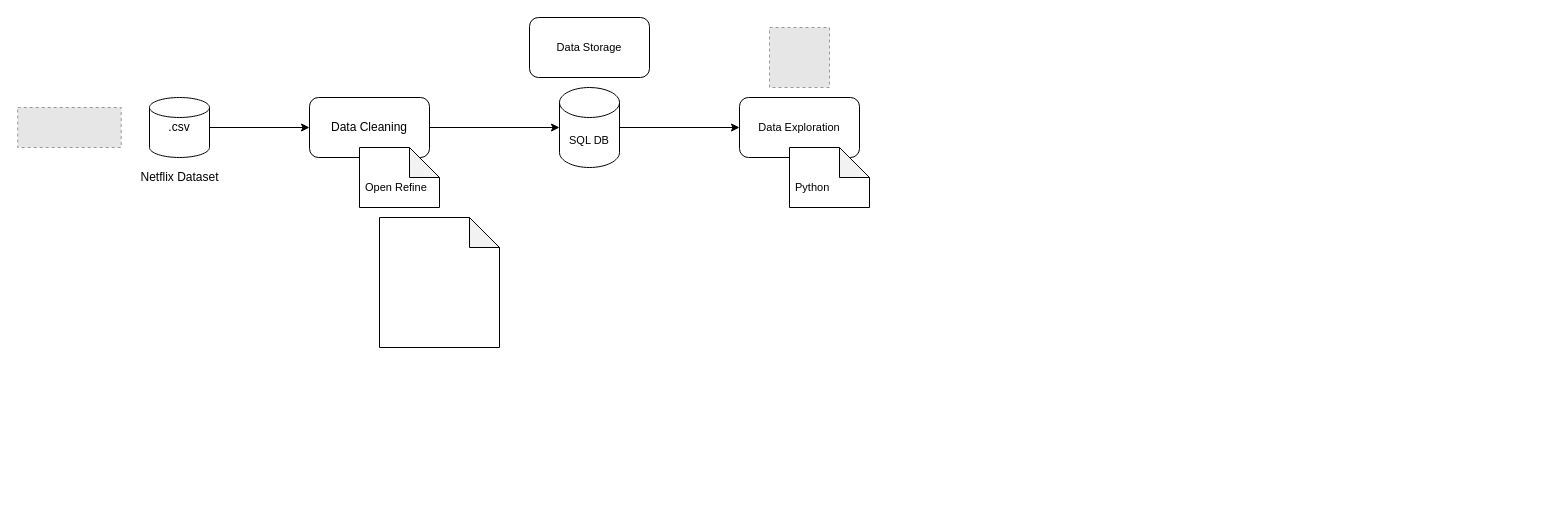
paulinho-16/MEIC-PRI keeps this draw.io diagram as docs/Pipeline.drawio. Above is the earlier version. Source tidied: cells renumbered, new cells numbered last; positions are measured from the earlier drawing's top-left corner, leaving out a move shared by most shapes. Both pictures are drawn from the tidied source at 100%, with x=0, y=0 at pixel (17, 17). Pictures stored in the file or linked from it are replaced by grey dashed boxes.
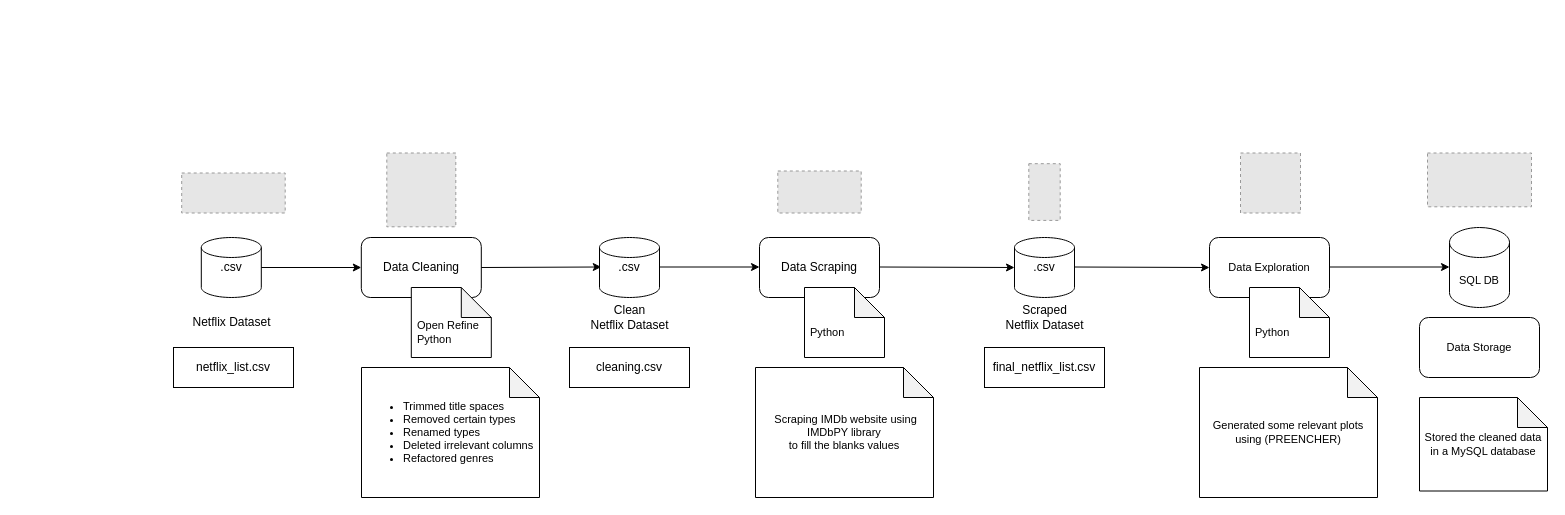
The same diagram, later.

Diff of the diagram source:
```diff
@@
-    <mxCell id="2" value=".csv" style="strokeWidth=1;html=1;shape=mxgraph.flowchart.database;whiteSpace=wrap;fontColor=default;fillColor=default;strokeColor=default;" parent="1" vertex="1">
-      <mxGeometry x="132" y="80" width="60" height="60" as="geometry" />
+    <mxCell id="2" value=".csv" style="strokeWidth=1;html=1;shape=mxgraph.flowchart.database;whiteSpace=wrap;fontColor=default;fillColor=default;strokeColor=default;align=center;" parent="1" vertex="1">
+      <mxGeometry x="183.8" y="220" width="60" height="60" as="geometry" />
     </mxCell>
     <mxCell id="3" style="fillColor=#E6E6E6;strokeColor=#999999;dashed=1;verticalLabelPosition=bottom;verticalAlign=top;fontColor=default;" parent="1" vertex="1">
-      <mxGeometry x="0.2" y="90" width="103.5" height="40" as="geometry" />
+      <mxGeometry x="164.2" y="155.5" width="103.5" height="40" as="geometry" />
     </mxCell>
     <mxCell id="4" value="Netflix Dataset" style="text;html=1;align=center;verticalAlign=middle;fillColor=none;strokeColor=none;rounded=0;fontColor=default;" parent="1" vertex="1">
-      <mxGeometry x="117" y="150" width="90" height="20" as="geometry" />
+      <mxGeometry x="168.8" y="295" width="90" height="20" as="geometry" />
     </mxCell>
     <mxCell id="5" style="endArrow=classic;html=1;rounded=0;labelBackgroundColor=default;fontColor=default;strokeColor=default;exitX=1;exitY=0.5;exitDx=0;exitDy=0;exitPerimeter=0;" parent="1" edge="1" source="2">
       <mxGeometry relative="1" as="geometry">
-        <mxPoint x="292" y="110" as="targetPoint" />
+        <mxPoint x="343.8" y="250" as="targetPoint" />
       </mxGeometry>
     </mxCell>
     <mxCell id="6" value="Data Cleaning" style="rounded=1;whiteSpace=wrap;html=1;fontColor=default;strokeColor=default;strokeWidth=1;fillColor=default;" parent="1" vertex="1">
-      <mxGeometry x="292" y="80" width="120" height="60" as="geometry" />
+      <mxGeometry x="343.8" y="220" width="120" height="60" as="geometry" />
     </mxCell>
-    <mxCell id="7" value="Open Refine" style="shape=note;whiteSpace=wrap;html=1;backgroundOutline=1;darkOpacity=0.05;fontColor=default;strokeColor=default;strokeWidth=1;fillColor=default;align=left;fontSize=11;verticalAlign=middle;spacingLeft=4;spacingTop=20;" parent="1" vertex="1">
-      <mxGeometry x="342" y="130" width="80" height="60" as="geometry" />
+    <mxCell id="7" value="Open Refine&lt;br&gt;Python" style="shape=note;whiteSpace=wrap;html=1;backgroundOutline=1;darkOpacity=0.05;fontColor=default;strokeColor=default;strokeWidth=1;fillColor=default;align=left;fontSize=11;verticalAlign=middle;spacingLeft=4;spacingTop=20;" parent="1" vertex="1">
+      <mxGeometry x="393.8" y="270" width="80" height="70" as="geometry" />
     </mxCell>
-    <mxCell id="8" style="endArrow=classic;html=1;rounded=0;labelBackgroundColor=default;fontSize=11;fontColor=default;strokeColor=default;exitX=1;exitY=0.5;exitDx=0;exitDy=0;" parent="1" edge="1" source="6">
-      <mxGeometry relative="1" as="geometry">
-        <mxPoint x="542" y="110" as="targetPoint" />
-      </mxGeometry>
-    </mxCell>
     <mxCell id="9" value="Data Storage" style="rounded=1;whiteSpace=wrap;html=1;fontSize=11;fontColor=default;strokeColor=default;strokeWidth=1;fillColor=default;align=center;verticalAlign=middle;" parent="1" vertex="1">
-      <mxGeometry x="512" width="120" height="60" as="geometry" />
+      <mxGeometry x="1402" y="300" width="120" height="60" as="geometry" />
     </mxCell>
     <mxCell id="10" value="SQL DB" style="shape=cylinder3;whiteSpace=wrap;html=1;boundedLbl=1;backgroundOutline=1;size=15;fontSize=11;fontColor=default;strokeColor=default;strokeWidth=1;fillColor=default;align=center;verticalAlign=middle;" parent="1" vertex="1">
-      <mxGeometry x="542" y="70" width="60" height="80" as="geometry" />
+      <mxGeometry x="1432" y="210" width="60" height="80" as="geometry" />
     </mxCell>
-    <mxCell id="11" style="endArrow=classic;html=1;rounded=0;labelBackgroundColor=default;fontSize=11;fontColor=default;strokeColor=default;exitX=1;exitY=0.5;exitDx=0;exitDy=0;exitPerimeter=0;" parent="1" edge="1" source="10">
+    <mxCell id="11" style="endArrow=classic;html=1;rounded=0;labelBackgroundColor=default;fontSize=11;fontColor=default;strokeColor=default;exitX=1;exitY=0.5;exitDx=0;exitDy=0;exitPerimeter=0;" parent="1" edge="1">
       <mxGeometry relative="1" as="geometry">
-        <mxPoint x="722" y="110" as="targetPoint" />
+        <mxPoint x="1312" y="249.5" as="sourcePoint" />
+        <mxPoint x="1432" y="249.5" as="targetPoint" />
       </mxGeometry>
     </mxCell>
+    <mxCell id="15" value="&lt;ul&gt;&lt;li&gt;Trimmed title spaces&lt;/li&gt;&lt;li&gt;Removed certain types&lt;br&gt;&lt;/li&gt;&lt;li&gt;Renamed types&lt;br&gt;&lt;/li&gt;&lt;li&gt;Deleted irrelevant columns&lt;/li&gt;&lt;li&gt;Refactored genres&lt;/li&gt;&lt;/ul&gt;" style="shape=note;whiteSpace=wrap;html=1;backgroundOutline=1;darkOpacity=0.05;fontSize=11;fontColor=default;strokeColor=default;strokeWidth=1;fillColor=default;align=left;verticalAlign=middle;" parent="1" vertex="1">
+      <mxGeometry x="344" y="350" width="178" height="130" as="geometry" />
+    </mxCell>
+    <mxCell id="16" value="Data Scraping" style="rounded=1;whiteSpace=wrap;html=1;fontColor=default;strokeColor=default;strokeWidth=1;fillColor=default;" parent="1" vertex="1">
+      <mxGeometry x="742" y="220" width="120" height="60" as="geometry" />
+    </mxCell>
+    <mxCell id="17" value="&lt;span&gt;&amp;nbsp;Scraping IMDb website using IMDbPY library&lt;br&gt;to fill the blanks values&lt;br&gt;&lt;/span&gt;" style="shape=note;whiteSpace=wrap;html=1;backgroundOutline=1;darkOpacity=0.05;fontSize=11;fontColor=default;strokeColor=default;strokeWidth=1;fillColor=default;align=center;verticalAlign=middle;" parent="1" vertex="1">
+      <mxGeometry x="738" y="350" width="178" height="130" as="geometry" />
+    </mxCell>
+    <mxCell id="18" value="Python&lt;br&gt;" style="shape=note;whiteSpace=wrap;html=1;backgroundOutline=1;darkOpacity=0.05;fontColor=default;strokeColor=default;strokeWidth=1;fillColor=default;align=left;fontSize=11;verticalAlign=middle;spacingLeft=4;spacingTop=20;" parent="1" vertex="1">
+      <mxGeometry x="787" y="270" width="80" height="70" as="geometry" />
+    </mxCell>
+    <mxCell id="19" style="endArrow=classic;html=1;rounded=0;labelBackgroundColor=default;fontSize=11;fontColor=default;strokeColor=default;exitX=1;exitY=0.5;exitDx=0;exitDy=0;entryX=0;entryY=0.5;entryDx=0;entryDy=0;entryPerimeter=0;" parent="1" edge="1" target="20">
+      <mxGeometry relative="1" as="geometry">
+        <mxPoint x="862" y="249.5" as="sourcePoint" />
+      </mxGeometry>
+    </mxCell>
+    <mxCell id="20" value=".csv" style="strokeWidth=1;html=1;shape=mxgraph.flowchart.database;whiteSpace=wrap;fontColor=default;fillColor=default;strokeColor=default;align=center;" parent="1" vertex="1">
+      <mxGeometry x="997" y="220" width="60" height="60" as="geometry" />
+    </mxCell>
+    <mxCell id="21" value="Scraped&lt;br&gt;Netflix Dataset" style="text;html=1;align=center;verticalAlign=middle;fillColor=none;strokeColor=none;rounded=0;fontColor=default;" parent="1" vertex="1">
+      <mxGeometry x="982" y="285" width="90" height="30" as="geometry" />
+    </mxCell>
+    <mxCell id="22" value="netflix_list.csv" style="rounded=0;whiteSpace=wrap;html=1;align=center;" parent="1" vertex="1">
+      <mxGeometry x="156" y="330" width="120" height="40" as="geometry" />
+    </mxCell>
+    <mxCell id="23" value="final_netflix_list.csv" style="rounded=0;whiteSpace=wrap;html=1;align=center;" parent="1" vertex="1">
+      <mxGeometry x="967" y="330" width="120" height="40" as="geometry" />
+    </mxCell>
+    <mxCell id="24" style="endArrow=classic;html=1;rounded=0;labelBackgroundColor=default;fontSize=11;fontColor=default;strokeColor=default;exitX=1;exitY=0.5;exitDx=0;exitDy=0;entryX=0;entryY=0.5;entryDx=0;entryDy=0;" parent="1" edge="1" target="12">
+      <mxGeometry relative="1" as="geometry">
+        <mxPoint x="1057" y="249.5" as="sourcePoint" />
+      </mxGeometry>
+    </mxCell>
     <mxCell id="12" value="Data Exploration" style="rounded=1;whiteSpace=wrap;html=1;fontSize=11;fontColor=default;strokeColor=default;strokeWidth=1;fillColor=default;align=center;verticalAlign=middle;" parent="1" vertex="1">
-      <mxGeometry x="722" y="80" width="120" height="60" as="geometry" />
+      <mxGeometry x="1192" y="220" width="120" height="60" as="geometry" />
     </mxCell>
-    <mxCell id="13" value="Python" style="shape=note;whiteSpace=wrap;html=1;backgroundOutline=1;darkOpacity=0.05;fontColor=default;strokeColor=default;strokeWidth=1;fillColor=default;align=left;fontSize=11;verticalAlign=middle;spacingLeft=4;spacingTop=20;" parent="1" vertex="1">
-      <mxGeometry x="772" y="130" width="80" height="60" as="geometry" />
-    </mxCell>
-    <mxCell id="14" style="fillColor=#E6E6E6;strokeColor=#999999;dashed=1;verticalLabelPosition=bottom;labelBackgroundColor=#ffffff;verticalAlign=top;fontColor=default;" parent="1" vertex="1">
-      <mxGeometry x="752" y="10" width="60" height="60" as="geometry" />
-    </mxCell>
-    <mxCell id="15" style="shape=note;whiteSpace=wrap;html=1;backgroundOutline=1;darkOpacity=0.05;fontSize=11;fontColor=default;strokeColor=default;strokeWidth=1;fillColor=default;align=center;verticalAlign=middle;" parent="1" vertex="1">
-      <mxGeometry x="362" y="200" width="120" height="130" as="geometry" />
-    </mxCell>
+    <mxCell id="25" style="fillColor=#E6E6E6;strokeColor=#999999;dashed=1;verticalLabelPosition=bottom;labelBackgroundColor=#ffffff;verticalAlign=top;fontColor=default;" parent="1" vertex="1">
+      <mxGeometry x="1223" y="135.5" width="60" height="60" as="geometry" />
+    </mxCell>
+    <mxCell id="26" value="Python&lt;br&gt;" style="shape=note;whiteSpace=wrap;html=1;backgroundOutline=1;darkOpacity=0.05;fontColor=default;strokeColor=default;strokeWidth=1;fillColor=default;align=left;fontSize=11;verticalAlign=middle;spacingLeft=4;spacingTop=20;" parent="1" vertex="1">
+      <mxGeometry x="1232" y="270" width="80" height="70" as="geometry" />
+    </mxCell>
+    <mxCell id="27" value="&lt;span&gt;Generated some relevant plots using (PREENCHER)&lt;br&gt;&lt;/span&gt;" style="shape=note;whiteSpace=wrap;html=1;backgroundOutline=1;darkOpacity=0.05;fontSize=11;fontColor=default;strokeColor=default;strokeWidth=1;fillColor=default;align=center;verticalAlign=middle;" parent="1" vertex="1">
+      <mxGeometry x="1182" y="350" width="178" height="130" as="geometry" />
+    </mxCell>
+    <mxCell id="28" value="&lt;span&gt;Stored the cleaned data in a MySQL database&lt;br&gt;&lt;/span&gt;" style="shape=note;whiteSpace=wrap;html=1;backgroundOutline=1;darkOpacity=0.05;fontSize=11;fontColor=default;strokeColor=default;strokeWidth=1;fillColor=default;align=center;verticalAlign=middle;" parent="1" vertex="1">
+      <mxGeometry x="1402" y="380" width="128" height="93.5" as="geometry" />
+    </mxCell>
+    <mxCell id="29" style="fillColor=#E6E6E6;strokeColor=#999999;dashed=1;verticalLabelPosition=bottom;labelBackgroundColor=#ffffff;verticalAlign=top;" parent="1" vertex="1">
+      <mxGeometry x="1410" y="135.5" width="104" height="53.8" as="geometry" />
+    </mxCell>
+    <mxCell id="30" style="fillColor=#E6E6E6;strokeColor=#999999;dashed=1;verticalLabelPosition=bottom;labelBackgroundColor=#ffffff;verticalAlign=top;" parent="1" vertex="1">
+      <mxGeometry x="369.3" y="135.5" width="69" height="73.8" as="geometry" />
+    </mxCell>
+    <mxCell id="31" style="fillColor=#E6E6E6;strokeColor=#999999;dashed=1;verticalLabelPosition=bottom;labelBackgroundColor=#ffffff;verticalAlign=top;" parent="1" vertex="1">
+      <mxGeometry x="760.3" y="153.5" width="83.4" height="42" as="geometry" />
+    </mxCell>
+    <mxCell id="32" style="fillColor=#E6E6E6;strokeColor=#999999;dashed=1;verticalLabelPosition=bottom;labelBackgroundColor=#ffffff;verticalAlign=top;" parent="1" vertex="1">
+      <mxGeometry x="1011.3" y="146.2" width="31.4" height="56.7" as="geometry" />
+    </mxCell>
+    <mxCell id="33" style="endArrow=classic;html=1;rounded=0;labelBackgroundColor=default;fontColor=default;strokeColor=default;exitX=1;exitY=0.5;exitDx=0;exitDy=0;" parent="1" edge="1" source="6">
+      <mxGeometry relative="1" as="geometry">
+        <mxPoint x="583.8" y="249.5" as="targetPoint" />
+      </mxGeometry>
+    </mxCell>
+    <mxCell id="34" value=".csv" style="strokeWidth=1;html=1;shape=mxgraph.flowchart.database;whiteSpace=wrap;fontColor=default;fillColor=default;strokeColor=default;align=center;" parent="1" vertex="1">
+      <mxGeometry x="582" y="220" width="60" height="60" as="geometry" />
+    </mxCell>
+    <mxCell id="35" value="Clean&lt;br&gt;Netflix Dataset" style="text;html=1;align=center;verticalAlign=middle;fillColor=none;strokeColor=none;rounded=0;fontColor=default;" parent="1" vertex="1">
+      <mxGeometry x="567" y="285" width="90" height="30" as="geometry" />
+    </mxCell>
+    <mxCell id="36" value="cleaning.csv" style="rounded=0;whiteSpace=wrap;html=1;align=center;" parent="1" vertex="1">
+      <mxGeometry x="552" y="330" width="120" height="40" as="geometry" />
+    </mxCell>
+    <mxCell id="37" style="endArrow=classic;html=1;rounded=0;labelBackgroundColor=default;fontColor=default;strokeColor=default;exitX=1;exitY=0.5;exitDx=0;exitDy=0;exitPerimeter=0;" parent="1" edge="1">
+      <mxGeometry relative="1" as="geometry">
+        <mxPoint x="642" y="249.5" as="sourcePoint" />
+        <mxPoint x="742" y="249.5" as="targetPoint" />
+      </mxGeometry>
+    </mxCell>
```
